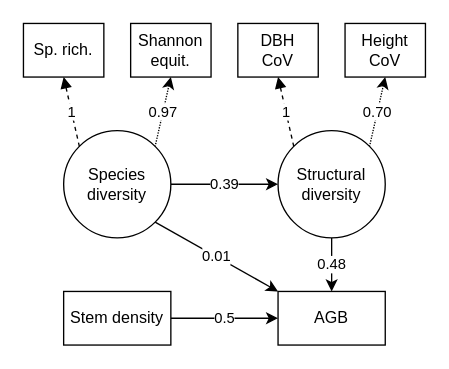
This is sem_path_diag/struc.drawio from johngodlee/southern_african_befr, a draw.io file, before an edit. Source tidied: cells renumbered, new cells numbered last; positions are measured from the earlier drawing's top-left corner, leaving out a move shared by most shapes. Both pictures are drawn from the tidied source at 134%, with x=0, y=0 at pixel (23, 23).
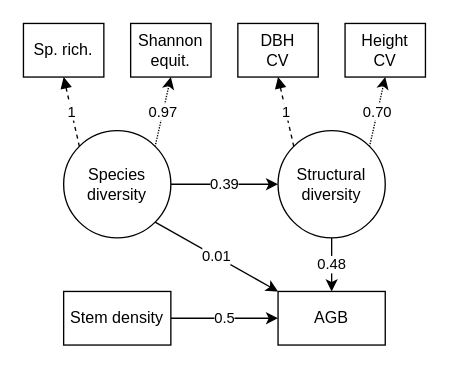
After the change.

What changed in the source:
```diff
@@
 <mxGraphModel>
   <root>
     <mxCell id="0" />
     <mxCell id="1" parent="0" />
     <mxCell id="2" value="AGB" style="rounded=1;whiteSpace=wrap;html=1;fontSize=12;glass=0;strokeWidth=1;shadow=0;arcSize=0;align=center;fontStyle=0;" parent="1" vertex="1">
       <mxGeometry x="190" y="200" width="80" height="40" as="geometry" />
     </mxCell>
     <mxCell id="3" value="0.5" style="edgeStyle=orthogonalEdgeStyle;rounded=0;jettySize=auto;html=1;" parent="1" edge="1" source="4" target="2">
       <mxGeometry relative="1" as="geometry" />
     </mxCell>
     <mxCell id="4" value="Stem density" style="rounded=1;whiteSpace=wrap;html=1;fontSize=12;glass=0;strokeWidth=1;shadow=0;arcSize=0;align=center;fontStyle=0;" parent="1" vertex="1">
       <mxGeometry x="30" y="200" width="80" height="40" as="geometry" />
     </mxCell>
     <mxCell id="5" value="0.01" style="rounded=0;jettySize=auto;html=1;exitX=1;exitY=1;exitDx=0;exitDy=0;entryX=0;entryY=0;entryDx=0;entryDy=0;" parent="1" edge="1" source="7" target="2">
       <mxGeometry relative="1" as="geometry" />
     </mxCell>
     <mxCell id="6" value="0.39" style="edgeStyle=none;rounded=0;jettySize=auto;html=1;exitX=1;exitY=0.5;exitDx=0;exitDy=0;entryX=0;entryY=0.5;entryDx=0;entryDy=0;" parent="1" edge="1" source="7" target="9">
       <mxGeometry relative="1" as="geometry" />
     </mxCell>
     <mxCell id="7" value="Species&lt;br&gt;diversity" style="ellipse;whiteSpace=wrap;html=1;" parent="1" vertex="1">
       <mxGeometry x="30" y="80" width="80" height="80" as="geometry" />
     </mxCell>
     <mxCell id="8" value="0.48" style="edgeStyle=orthogonalEdgeStyle;rounded=0;jettySize=auto;html=1;" parent="1" edge="1" source="9" target="2">
       <mxGeometry relative="1" as="geometry" />
     </mxCell>
     <mxCell id="9" value="Structural&lt;br&gt;diversity" style="ellipse;whiteSpace=wrap;html=1;" parent="1" vertex="1">
       <mxGeometry x="190" y="80" width="80" height="80" as="geometry" />
     </mxCell>
     <mxCell id="10" value="1" style="rounded=0;jettySize=auto;html=1;exitX=0.5;exitY=1;exitDx=0;exitDy=0;entryX=0;entryY=0;entryDx=0;entryDy=0;startArrow=block;startFill=1;endArrow=none;endFill=0;dashed=1;strokeWidth=1;" parent="1" edge="1" source="11" target="7">
       <mxGeometry relative="1" as="geometry" />
     </mxCell>
     <mxCell id="11" value="Sp. rich." style="rounded=1;whiteSpace=wrap;html=1;fontSize=12;glass=0;strokeWidth=1;shadow=0;arcSize=0;align=center;fontStyle=0;" parent="1" vertex="1">
       <mxGeometry width="60" height="40" as="geometry" />
     </mxCell>
     <mxCell id="12" value="0.97" style="rounded=0;jettySize=auto;html=1;exitX=0.5;exitY=1;exitDx=0;exitDy=0;entryX=1;entryY=0;entryDx=0;entryDy=0;startArrow=classic;startFill=1;endArrow=none;endFill=0;dashed=1;dashPattern=1 1;" parent="1" edge="1" source="13" target="7">
       <mxGeometry relative="1" as="geometry" />
     </mxCell>
     <mxCell id="13" value="Shannon equit." style="rounded=1;whiteSpace=wrap;html=1;fontSize=12;glass=0;strokeWidth=1;shadow=0;arcSize=0;align=center;fontStyle=0;" parent="1" vertex="1">
       <mxGeometry x="80" width="60" height="40" as="geometry" />
     </mxCell>
     <mxCell id="14" value="1" style="rounded=0;jettySize=auto;html=1;exitX=0.5;exitY=1;exitDx=0;exitDy=0;entryX=0;entryY=0;entryDx=0;entryDy=0;startArrow=block;startFill=1;endArrow=none;endFill=0;dashed=1;strokeWidth=1;" parent="1" edge="1" source="15" target="9">
       <mxGeometry relative="1" as="geometry" />
     </mxCell>
-    <mxCell id="15" value="DBH&lt;br&gt;CoV" style="rounded=1;whiteSpace=wrap;html=1;fontSize=12;glass=0;strokeWidth=1;shadow=0;arcSize=0;align=center;fontStyle=0;" parent="1" vertex="1">
+    <mxCell id="15" value="DBH&lt;br&gt;CV" style="rounded=1;whiteSpace=wrap;html=1;fontSize=12;glass=0;strokeWidth=1;shadow=0;arcSize=0;align=center;fontStyle=0;" parent="1" vertex="1">
       <mxGeometry x="160" width="60" height="40" as="geometry" />
     </mxCell>
     <mxCell id="16" value="0.70" style="rounded=0;jettySize=auto;html=1;exitX=0.5;exitY=1;exitDx=0;exitDy=0;entryX=1;entryY=0;entryDx=0;entryDy=0;startArrow=classic;startFill=1;endArrow=none;endFill=0;dashed=1;dashPattern=1 1;" parent="1" edge="1" source="17" target="9">
       <mxGeometry relative="1" as="geometry" />
     </mxCell>
-    <mxCell id="17" value="Height&lt;br&gt;CoV" style="rounded=1;whiteSpace=wrap;html=1;fontSize=12;glass=0;strokeWidth=1;shadow=0;arcSize=0;align=center;fontStyle=0;" parent="1" vertex="1">
+    <mxCell id="17" value="Height&lt;br&gt;CV" style="rounded=1;whiteSpace=wrap;html=1;fontSize=12;glass=0;strokeWidth=1;shadow=0;arcSize=0;align=center;fontStyle=0;" parent="1" vertex="1">
       <mxGeometry x="240" width="60" height="40" as="geometry" />
     </mxCell>
   </root>
 </mxGraphModel>
```
